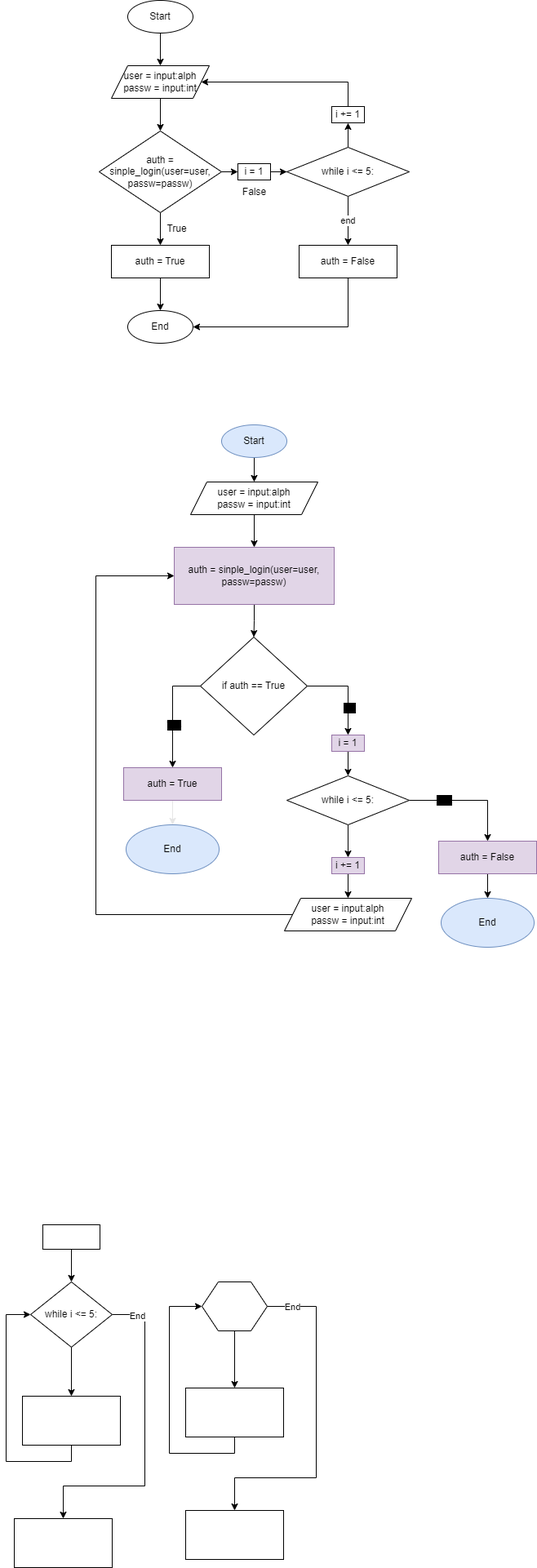
Before: Project_001_Floch01.drawio.png, a diagram exported from draw.io (Verlonskg/Project_1). Source tidied: cells renumbered, new cells last; positions are measured from the earlier drawing's top-left corner, leaving out a move shared by most shapes.
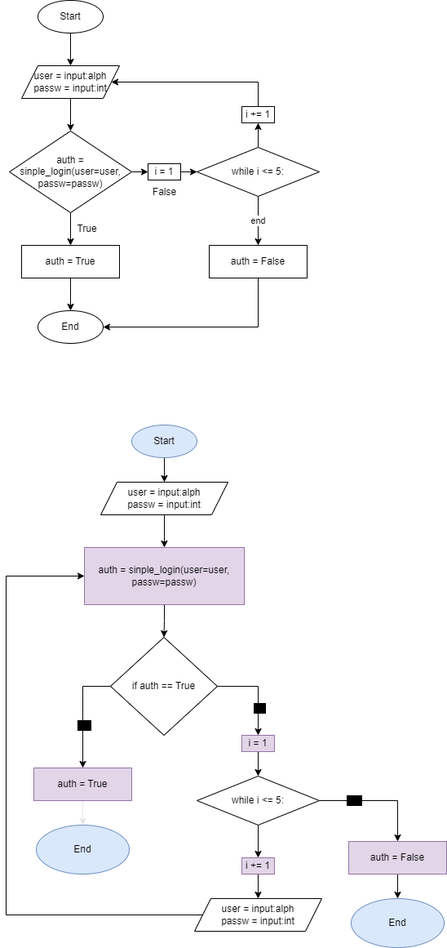
After the commit.

The edit, as a diff of the source:
```diff
@@ -78,82 +78,6 @@
     <mxCell id="22" value="i += 1" style="whiteSpace=wrap;html=1;" parent="1" vertex="1">
       <mxGeometry x="399" y="130" width="40" height="20" as="geometry" />
     </mxCell>
-    <mxCell id="23" style="edgeStyle=orthogonalEdgeStyle;rounded=0;jettySize=auto;html=1;" parent="1" edge="1" source="26" target="28">
-      <mxGeometry relative="1" as="geometry" />
-    </mxCell>
-    <mxCell id="24" style="edgeStyle=orthogonalEdgeStyle;rounded=0;jettySize=auto;html=1;" parent="1" edge="1" source="26" target="29">
-      <mxGeometry relative="1" as="geometry">
-        <Array as="points">
-          <mxPoint x="170" y="1610" />
-          <mxPoint x="170" y="1820" />
-          <mxPoint x="70" y="1820" />
-        </Array>
-      </mxGeometry>
-    </mxCell>
-    <mxCell id="25" value="End" style="edgeLabel;html=1;align=center;verticalAlign=middle;" parent="24" vertex="1">
-      <mxGeometry x="-0.84" relative="1" as="geometry">
-        <mxPoint y="1" as="offset" />
-      </mxGeometry>
-    </mxCell>
-    <mxCell id="26" value="&lt;div&gt;while i &amp;lt;= 5:&lt;/div&gt;" style="rhombus;whiteSpace=wrap;html=1;" parent="1" vertex="1">
-      <mxGeometry x="30" y="1570" width="100" height="80" as="geometry" />
-    </mxCell>
-    <mxCell id="27" style="edgeStyle=orthogonalEdgeStyle;rounded=0;jettySize=auto;html=1;entryX=0;entryY=0.5;entryDx=0;entryDy=0;" parent="1" edge="1" source="28" target="26">
-      <mxGeometry relative="1" as="geometry">
-        <Array as="points">
-          <mxPoint x="80" y="1790" />
-          <mxPoint y="1790" />
-          <mxPoint y="1610" />
-        </Array>
-      </mxGeometry>
-    </mxCell>
-    <mxCell id="28" style="rounded=0;whiteSpace=wrap;html=1;" parent="1" vertex="1">
-      <mxGeometry x="20" y="1710" width="120" height="60" as="geometry" />
-    </mxCell>
-    <mxCell id="29" style="rounded=0;whiteSpace=wrap;html=1;" parent="1" vertex="1">
-      <mxGeometry x="10" y="1860" width="120" height="60" as="geometry" />
-    </mxCell>
-    <mxCell id="30" style="edgeStyle=orthogonalEdgeStyle;rounded=0;jettySize=auto;html=1;" parent="1" edge="1" source="33" target="36">
-      <mxGeometry relative="1" as="geometry">
-        <Array as="points">
-          <mxPoint x="380" y="1600" />
-          <mxPoint x="380" y="1810" />
-          <mxPoint x="280" y="1810" />
-        </Array>
-      </mxGeometry>
-    </mxCell>
-    <mxCell id="31" value="End" style="edgeLabel;html=1;align=center;verticalAlign=middle;" parent="30" vertex="1">
-      <mxGeometry x="-0.81" relative="1" as="geometry">
-        <mxPoint x="-9" as="offset" />
-      </mxGeometry>
-    </mxCell>
-    <mxCell id="32" style="edgeStyle=orthogonalEdgeStyle;rounded=0;jettySize=auto;html=1;entryX=0.5;entryY=0;entryDx=0;entryDy=0;" parent="1" edge="1" source="33" target="35">
-      <mxGeometry relative="1" as="geometry" />
-    </mxCell>
-    <mxCell id="33" style="shape=hexagon;perimeter=hexagonPerimeter2;whiteSpace=wrap;html=1;fixedSize=1;" parent="1" vertex="1">
-      <mxGeometry x="240" y="1570" width="80" height="60" as="geometry" />
-    </mxCell>
-    <mxCell id="34" style="edgeStyle=orthogonalEdgeStyle;rounded=0;jettySize=auto;html=1;entryX=0;entryY=0.5;entryDx=0;entryDy=0;" parent="1" edge="1" source="35" target="33">
-      <mxGeometry relative="1" as="geometry">
-        <Array as="points">
-          <mxPoint x="280" y="1780" />
-          <mxPoint x="200" y="1780" />
-          <mxPoint x="200" y="1600" />
-        </Array>
-      </mxGeometry>
-    </mxCell>
-    <mxCell id="35" style="rounded=0;whiteSpace=wrap;html=1;" parent="1" vertex="1">
-      <mxGeometry x="220" y="1700" width="120" height="60" as="geometry" />
-    </mxCell>
-    <mxCell id="36" style="rounded=0;whiteSpace=wrap;html=1;" parent="1" vertex="1">
-      <mxGeometry x="220" y="1850" width="120" height="60" as="geometry" />
-    </mxCell>
-    <mxCell id="37" style="edgeStyle=orthogonalEdgeStyle;rounded=0;jettySize=auto;html=1;" parent="1" edge="1" source="38" target="26">
-      <mxGeometry relative="1" as="geometry" />
-    </mxCell>
-    <mxCell id="38" style="rounded=0;whiteSpace=wrap;html=1;" parent="1" vertex="1">
-      <mxGeometry x="45" y="1500" width="70" height="30" as="geometry" />
-    </mxCell>
     <mxCell id="39" style="edgeStyle=orthogonalEdgeStyle;rounded=0;jettySize=auto;html=1;strokeColor=#000000;" parent="1" edge="1" source="40" target="42">
       <mxGeometry relative="1" as="geometry" />
     </mxCell>
```
